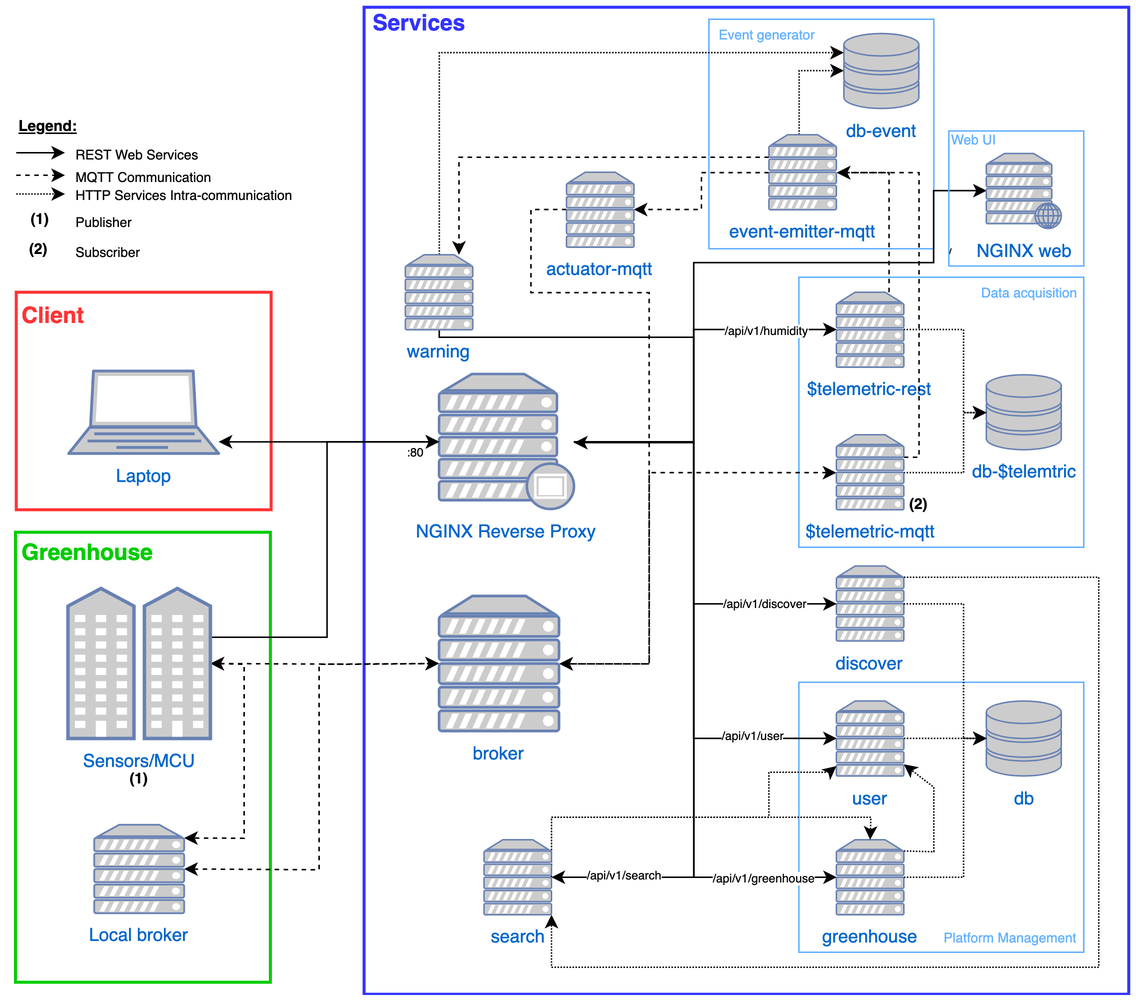
The draw.io diagram docs/assets/architecture-diagram2.png in dvcorreia/greenscale, before a commit. Source tidied: cells renumbered, new cells last; positions are measured from the earlier drawing's top-left corner, leaving out a move shared by most shapes.
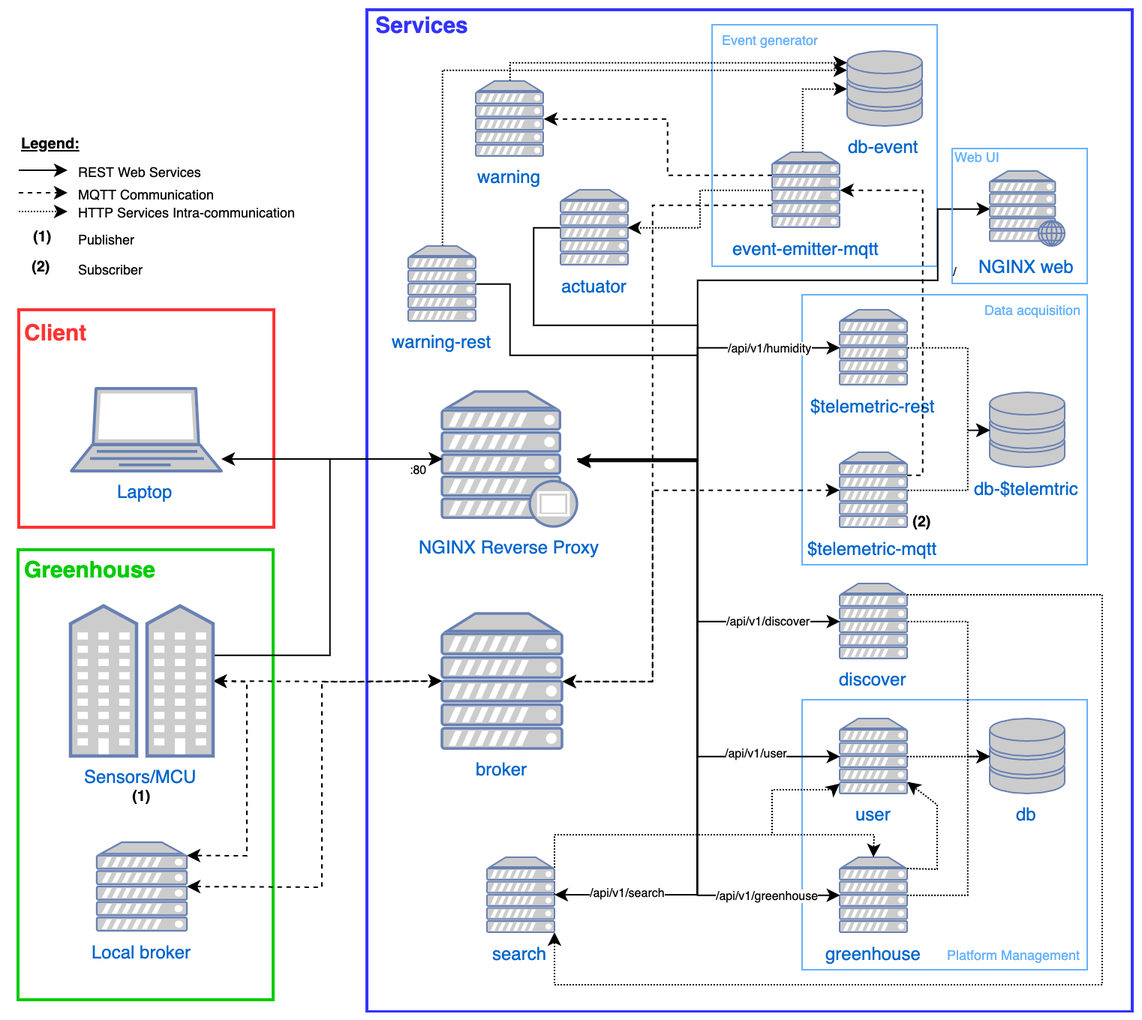
Later version of the same file.

Commit message:
updated architecture block diagram

What changed in the source:
```diff
@@ -2,12 +2,12 @@
   <root>
     <mxCell id="0" />
     <mxCell id="1" parent="0" />
+    <mxCell id="3" style="rounded=0;whiteSpace=wrap;html=1;fillColor=none;strokeColor=#3333FF;strokeWidth=2;" parent="1" vertex="1">
+      <mxGeometry x="232" y="-10" width="510" height="668" as="geometry" />
+    </mxCell>
     <mxCell id="2" style="rounded=0;whiteSpace=wrap;html=1;fillColor=none;strokeColor=#66B2FF;strokeWidth=1;" parent="1" vertex="1">
-      <mxGeometry x="462" y="8" width="150" height="153" as="geometry" />
+      <mxGeometry x="462" width="150" height="161" as="geometry" />
     </mxCell>
-    <mxCell id="3" style="rounded=0;whiteSpace=wrap;html=1;fillColor=none;strokeColor=#3333FF;strokeWidth=2;" parent="1" vertex="1">
-      <mxGeometry x="232" width="510" height="658" as="geometry" />
-    </mxCell>
     <mxCell id="4" style="rounded=0;whiteSpace=wrap;html=1;strokeColor=#66B2FF;strokeWidth=1;fillColor=none;fontSize=10;fontColor=#66B2FF;align=left;" parent="1" vertex="1">
       <mxGeometry x="522" y="450" width="190" height="180" as="geometry" />
     </mxCell>
@@ -41,15 +41,6 @@
     <mxCell id="11" value="Laptop" style="fontColor=#0066CC;verticalAlign=top;verticalLabelPosition=bottom;labelPosition=center;align=center;html=1;outlineConnect=0;fillColor=#CCCCCC;strokeColor=#6881B3;gradientColor=none;gradientDirection=north;strokeWidth=2;shape=mxgraph.networks.laptop;" parent="1" vertex="1">
       <mxGeometry x="35" y="242.5" width="100" height="55" as="geometry" />
     </mxCell>
-    <mxCell id="12" style="edgeStyle=orthogonalEdgeStyle;rounded=0;jettySize=auto;html=1;dashed=1;" parent="1" edge="1" source="13">
-      <mxGeometry relative="1" as="geometry">
-        <mxPoint x="547" y="110" as="targetPoint" />
-        <Array as="points">
-          <mxPoint x="582" y="110" />
-          <mxPoint x="547" y="110" />
-        </Array>
-      </mxGeometry>
-    </mxCell>
     <mxCell id="13" value="$telemetric-rest" style="fontColor=#0066CC;verticalAlign=top;verticalLabelPosition=bottom;labelPosition=center;align=center;html=1;outlineConnect=0;fillColor=#CCCCCC;strokeColor=#6881B3;gradientColor=none;gradientDirection=north;strokeWidth=2;shape=mxgraph.networks.server;" parent="1" vertex="1">
       <mxGeometry x="547" y="190" width="45" height="50" as="geometry" />
     </mxCell>
@@ -287,7 +278,7 @@
       <mxGeometry x="2" y="195" width="50" height="20" as="geometry" />
     </mxCell>
     <mxCell id="52" value="&lt;font&gt;&lt;b&gt;&amp;nbsp;Services&lt;/b&gt;&lt;/font&gt;" style="text;html=1;align=left;verticalAlign=middle;fillColor=none;strokeColor=none;rounded=0;fontSize=15;fontColor=#3333FF;" parent="1" vertex="1">
-      <mxGeometry x="232" width="80" height="20" as="geometry" />
+      <mxGeometry x="232" y="-10" width="80" height="20" as="geometry" />
     </mxCell>
     <mxCell id="53" value="&lt;font style=&quot;font-size: 15px&quot; color=&quot;#00cc00&quot;&gt;&lt;b style=&quot;font-size: 15px&quot;&gt;Greenhouse&lt;/b&gt;&lt;/font&gt;" style="text;html=1;align=left;verticalAlign=middle;fillColor=none;strokeColor=none;rounded=0;fontSize=15;" parent="1" vertex="1">
       <mxGeometry x="2" y="352.5" width="100" height="20" as="geometry" />
@@ -349,26 +340,28 @@
     <mxCell id="69" value="Legend:" style="text;html=1;align=left;verticalAlign=middle;fillColor=none;strokeColor=none;rounded=0;fontSize=10;fontColor=#010203;fontStyle=5;" parent="1" vertex="1">
       <mxGeometry y="67.5" width="50" height="20" as="geometry" />
     </mxCell>
-    <mxCell id="70" style="edgeStyle=orthogonalEdgeStyle;rounded=0;jettySize=auto;html=1;entryX=1;entryY=0.5;entryDx=0;entryDy=0;entryPerimeter=0;dashed=1;" parent="1" edge="1" source="71" target="41">
+    <mxCell id="70" style="edgeStyle=orthogonalEdgeStyle;rounded=0;jettySize=auto;html=1;" parent="1" edge="1" source="71">
       <mxGeometry relative="1" as="geometry">
+        <mxPoint x="372" y="290" as="targetPoint" />
         <Array as="points">
           <mxPoint x="343" y="135" />
-          <mxPoint x="343" y="190" />
-          <mxPoint x="422" y="190" />
-          <mxPoint x="422" y="438" />
+          <mxPoint x="343" y="200" />
+          <mxPoint x="452" y="200" />
+          <mxPoint x="452" y="290" />
         </Array>
       </mxGeometry>
     </mxCell>
-    <mxCell id="71" value="actuator-mqtt" style="fontColor=#0066CC;verticalAlign=top;verticalLabelPosition=bottom;labelPosition=center;align=center;html=1;outlineConnect=0;fillColor=#CCCCCC;strokeColor=#6881B3;gradientColor=none;gradientDirection=north;strokeWidth=2;shape=mxgraph.networks.server;" parent="1" vertex="1">
-      <mxGeometry x="367" y="110" width="45" height="50" as="geometry" />
+    <mxCell id="71" value="actuator" style="fontColor=#0066CC;verticalAlign=top;verticalLabelPosition=bottom;labelPosition=center;align=center;html=1;outlineConnect=0;fillColor=#CCCCCC;strokeColor=#6881B3;gradientColor=none;gradientDirection=north;strokeWidth=2;shape=mxgraph.networks.server;" parent="1" vertex="1">
+      <mxGeometry x="361" y="110" width="45" height="50" as="geometry" />
     </mxCell>
-    <mxCell id="72" style="edgeStyle=orthogonalEdgeStyle;rounded=0;jettySize=auto;html=1;entryX=1;entryY=0.5;entryDx=0;entryDy=0;entryPerimeter=0;dashed=1;" parent="1" edge="1" source="75" target="71">
+    <mxCell id="72" style="edgeStyle=orthogonalEdgeStyle;rounded=0;jettySize=auto;html=1;entryX=1;entryY=0.5;entryDx=0;entryDy=0;entryPerimeter=0;dashed=1;dashPattern=1 1;" parent="1" edge="1" source="75" target="71">
       <mxGeometry relative="1" as="geometry" />
     </mxCell>
-    <mxCell id="73" style="edgeStyle=orthogonalEdgeStyle;rounded=0;jettySize=auto;html=1;dashed=1;" parent="1" edge="1" source="75" target="82">
+    <mxCell id="73" style="edgeStyle=orthogonalEdgeStyle;rounded=0;jettySize=auto;html=1;dashed=1;entryX=1;entryY=0.5;entryDx=0;entryDy=0;entryPerimeter=0;" parent="1" edge="1" source="75" target="87">
       <mxGeometry relative="1" as="geometry">
         <Array as="points">
-          <mxPoint x="295" y="100" />
+          <mxPoint x="432" y="100" />
+          <mxPoint x="432" y="63" />
         </Array>
       </mxGeometry>
     </mxCell>
@@ -380,6 +373,14 @@
         </Array>
       </mxGeometry>
     </mxCell>
+    <mxCell id="85" style="edgeStyle=orthogonalEdgeStyle;rounded=0;jettySize=auto;html=1;entryX=1;entryY=0.5;entryDx=0;entryDy=0;entryPerimeter=0;dashed=1;" parent="1" edge="1" source="75" target="41">
+      <mxGeometry relative="1" as="geometry">
+        <Array as="points">
+          <mxPoint x="422" y="120" />
+          <mxPoint x="422" y="438" />
+        </Array>
+      </mxGeometry>
+    </mxCell>
     <mxCell id="75" value="event-emitter-mqtt" style="fontColor=#0066CC;verticalAlign=top;verticalLabelPosition=bottom;labelPosition=center;align=center;html=1;outlineConnect=0;fillColor=#CCCCCC;strokeColor=#6881B3;gradientColor=none;gradientDirection=north;strokeWidth=2;shape=mxgraph.networks.server;" parent="1" vertex="1">
       <mxGeometry x="502" y="85" width="45" height="50" as="geometry" />
     </mxCell>
@@ -395,12 +396,13 @@
     <mxCell id="79" value="&lt;font style=&quot;font-size: 9px;&quot;&gt;&lt;span style=&quot;font-size: 9px;&quot;&gt;Web UI&lt;/span&gt;&lt;/font&gt;" style="text;html=1;align=left;verticalAlign=middle;fillColor=none;strokeColor=none;rounded=0;fontSize=9;fontColor=#66B2FF;fontStyle=0;" parent="76" vertex="1">
       <mxGeometry width="50" height="20" as="geometry" />
     </mxCell>
-    <mxCell id="80" style="edgeStyle=orthogonalEdgeStyle;rounded=0;jettySize=auto;html=1;" parent="1" edge="1" source="82" target="9">
+    <mxCell id="80" style="edgeStyle=orthogonalEdgeStyle;rounded=0;jettySize=auto;html=1;exitX=1;exitY=0.5;exitDx=0;exitDy=0;exitPerimeter=0;" parent="1" edge="1" source="82" target="9">
       <mxGeometry relative="1" as="geometry">
         <Array as="points">
-          <mxPoint x="282" y="220" />
+          <mxPoint x="327" y="173" />
+          <mxPoint x="327" y="220" />
           <mxPoint x="452" y="220" />
-          <mxPoint x="452" y="290" />
+          <mxPoint x="452" y="291" />
         </Array>
       </mxGeometry>
     </mxCell>
@@ -411,14 +413,24 @@
         </Array>
       </mxGeometry>
     </mxCell>
-    <mxCell id="82" value="warning" style="fontColor=#0066CC;verticalAlign=top;verticalLabelPosition=bottom;labelPosition=center;align=center;html=1;outlineConnect=0;fillColor=#CCCCCC;strokeColor=#6881B3;gradientColor=none;gradientDirection=north;strokeWidth=2;shape=mxgraph.networks.server;" parent="1" vertex="1">
-      <mxGeometry x="259.5" y="165" width="45" height="50" as="geometry" />
+    <mxCell id="82" value="warning-rest" style="fontColor=#0066CC;verticalAlign=top;verticalLabelPosition=bottom;labelPosition=center;align=center;html=1;outlineConnect=0;fillColor=#CCCCCC;strokeColor=#6881B3;gradientColor=none;gradientDirection=north;strokeWidth=2;shape=mxgraph.networks.server;" parent="1" vertex="1">
+      <mxGeometry x="259.5" y="147.5" width="45" height="50" as="geometry" />
     </mxCell>
     <mxCell id="83" value="db-event" style="fontColor=#0066CC;verticalAlign=top;verticalLabelPosition=bottom;labelPosition=center;align=center;html=1;outlineConnect=0;fillColor=#CCCCCC;strokeColor=#6881B3;gradientColor=none;gradientDirection=north;strokeWidth=2;shape=mxgraph.networks.storage;" parent="1" vertex="1">
       <mxGeometry x="552" y="17.5" width="50" height="50" as="geometry" />
     </mxCell>
     <mxCell id="84" value="Event generator" style="text;html=1;align=left;verticalAlign=middle;fillColor=none;strokeColor=none;rounded=0;fontSize=9;fontColor=#66B2FF;fontStyle=0;" parent="1" vertex="1">
-      <mxGeometry x="467" y="8" width="80" height="20" as="geometry" />
+      <mxGeometry x="467" width="80" height="20" as="geometry" />
     </mxCell>
+    <mxCell id="86" style="edgeStyle=orthogonalEdgeStyle;rounded=0;jettySize=auto;html=1;dashed=1;dashPattern=1 1;" parent="1" edge="1" source="87" target="83">
+      <mxGeometry relative="1" as="geometry">
+        <Array as="points">
+          <mxPoint x="327" y="25" />
+        </Array>
+      </mxGeometry>
+    </mxCell>
+    <mxCell id="87" value="warning" style="fontColor=#0066CC;verticalAlign=top;verticalLabelPosition=bottom;labelPosition=center;align=center;html=1;outlineConnect=0;fillColor=#CCCCCC;strokeColor=#6881B3;gradientColor=none;gradientDirection=north;strokeWidth=2;shape=mxgraph.networks.server;" parent="1" vertex="1">
+      <mxGeometry x="304.5" y="37.5" width="45" height="50" as="geometry" />
+    </mxCell>
   </root>
 </mxGraphModel>
```
